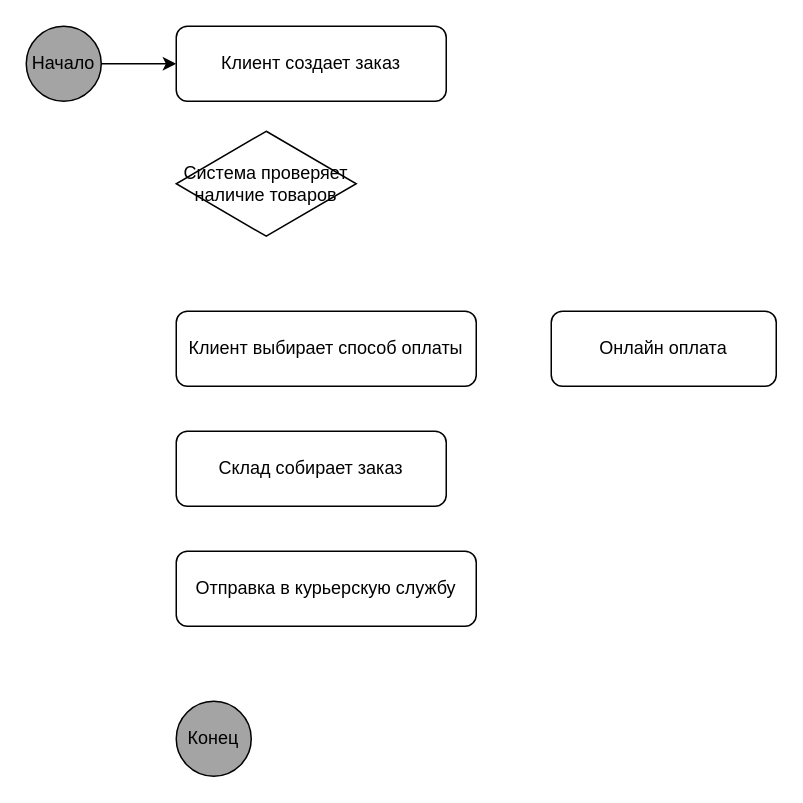
Above: Patterns/13_lab01.drawio in zenfgm/Patterns (draw.io), before the change. Source tidied: cells renumbered, new cells numbered last; positions are measured from the earlier drawing's top-left corner, leaving out a move shared by most shapes. Both pictures are drawn from the tidied source at 150%, with x=0, y=0 at pixel (26, 26).
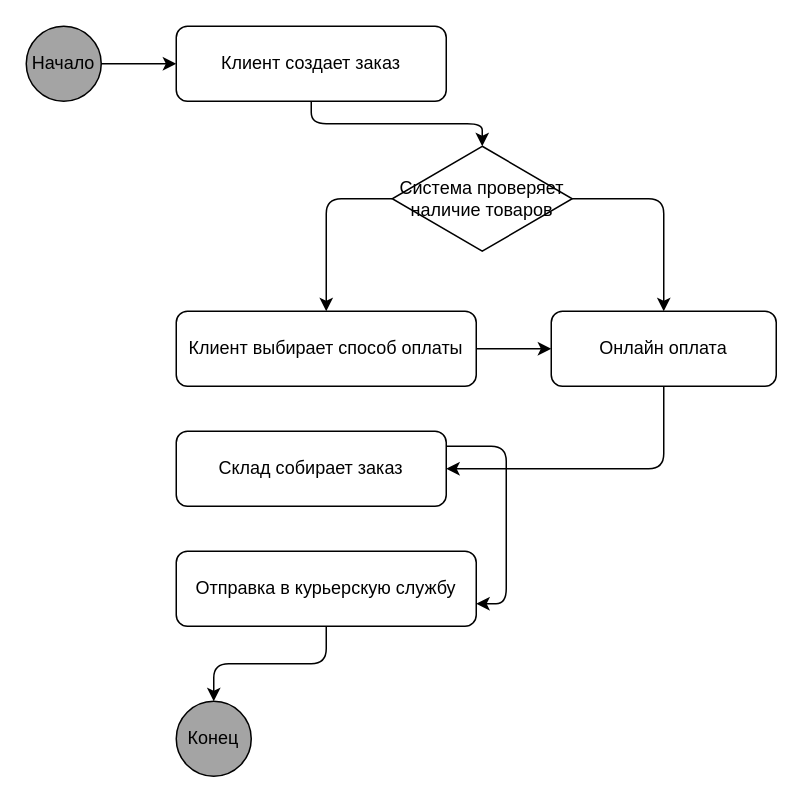
After the change.

The edit, as a diff of the source:
```diff
@@
 <mxGraphModel>
   <root>
     <mxCell id="0" />
     <mxCell id="1" parent="0" />
     <mxCell id="2" value="Начало" style="ellipse;whiteSpace=wrap;html=1;fillColor=#A4A4A4;" parent="1" vertex="1">
       <mxGeometry width="50" height="50" as="geometry" />
     </mxCell>
     <mxCell id="3" value="Клиент создает заказ" style="rounded=1;whiteSpace=wrap;html=1;" parent="1" vertex="1">
       <mxGeometry x="100" width="180" height="50" as="geometry" />
     </mxCell>
     <mxCell id="4" value="Система проверяет наличие товаров" style="rhombus;whiteSpace=wrap;html=1;" parent="1" vertex="1">
-      <mxGeometry x="100" y="70" width="120" height="70" as="geometry" />
+      <mxGeometry x="244" y="80" width="120" height="70" as="geometry" />
     </mxCell>
     <mxCell id="5" value="Клиент выбирает способ оплаты" style="rounded=1;whiteSpace=wrap;html=1;" parent="1" vertex="1">
       <mxGeometry x="100" y="190" width="200" height="50" as="geometry" />
     </mxCell>
     <mxCell id="6" value="Онлайн оплата" style="rounded=1;whiteSpace=wrap;html=1;" parent="1" vertex="1">
       <mxGeometry x="350" y="190" width="150" height="50" as="geometry" />
     </mxCell>
     <mxCell id="7" value="Склад собирает заказ" style="rounded=1;whiteSpace=wrap;html=1;" parent="1" vertex="1">
       <mxGeometry x="100" y="270" width="180" height="50" as="geometry" />
     </mxCell>
     <mxCell id="8" value="Отправка в курьерскую службу" style="rounded=1;whiteSpace=wrap;html=1;" parent="1" vertex="1">
       <mxGeometry x="100" y="350" width="200" height="50" as="geometry" />
     </mxCell>
     <mxCell id="9" value="Конец" style="ellipse;whiteSpace=wrap;html=1;fillColor=#A4A4A4;" parent="1" vertex="1">
       <mxGeometry x="100" y="450" width="50" height="50" as="geometry" />
     </mxCell>
     <mxCell id="10" style="edgeStyle=orthogonalEdgeStyle;" parent="1" edge="1" source="2" target="3">
       <mxGeometry relative="1" as="geometry" />
     </mxCell>
+    <mxCell id="11" style="edgeStyle=orthogonalEdgeStyle;" parent="1" edge="1" source="3" target="4">
+      <mxGeometry relative="1" as="geometry" />
+    </mxCell>
+    <mxCell id="12" style="edgeStyle=orthogonalEdgeStyle;exitX=0;exitY=0.5;exitDx=0;exitDy=0;" parent="1" edge="1" source="4" target="5">
+      <mxGeometry relative="1" as="geometry" />
+    </mxCell>
+    <mxCell id="13" style="edgeStyle=orthogonalEdgeStyle;" parent="1" edge="1" source="5" target="6">
+      <mxGeometry relative="1" as="geometry" />
+    </mxCell>
+    <mxCell id="14" style="edgeStyle=orthogonalEdgeStyle;exitX=0.5;exitY=1;exitDx=0;exitDy=0;entryX=1;entryY=0.5;entryDx=0;entryDy=0;" parent="1" edge="1" source="6" target="7">
+      <mxGeometry relative="1" as="geometry" />
+    </mxCell>
+    <mxCell id="15" style="edgeStyle=orthogonalEdgeStyle;" parent="1" edge="1" source="7" target="8">
+      <mxGeometry relative="1" as="geometry">
+        <Array as="points">
+          <mxPoint x="320" y="280" />
+          <mxPoint x="320" y="385" />
+        </Array>
+      </mxGeometry>
+    </mxCell>
+    <mxCell id="16" style="edgeStyle=orthogonalEdgeStyle;" parent="1" edge="1" source="8" target="9">
+      <mxGeometry relative="1" as="geometry" />
+    </mxCell>
+    <mxCell id="17" style="edgeStyle=orthogonalEdgeStyle;exitX=1;exitY=0.5;exitDx=0;exitDy=0;" parent="1" edge="1" source="4" target="6">
+      <mxGeometry relative="1" as="geometry" />
+    </mxCell>
   </root>
 </mxGraphModel>
```
